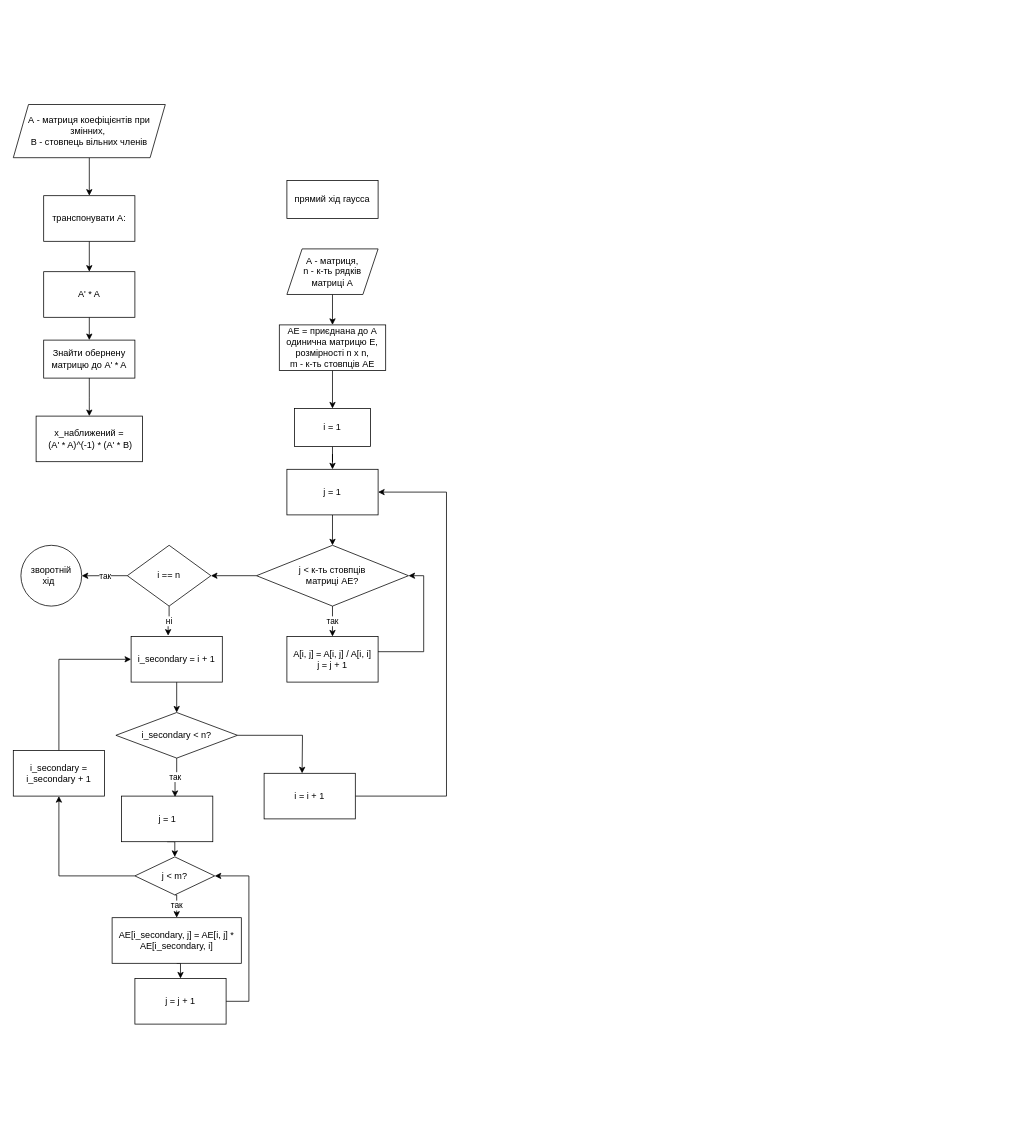
This is drawio/Untitled Diagram.drawio from AnnaBozhenko/UniversityProjects, a draw.io file, before an edit. Source tidied: cells renumbered, new cells numbered last; positions are measured from the earlier drawing's top-left corner, leaving out a move shared by most shapes. Both pictures are drawn from the tidied source at 76%, with x=0, y=0 at pixel (13, 104).
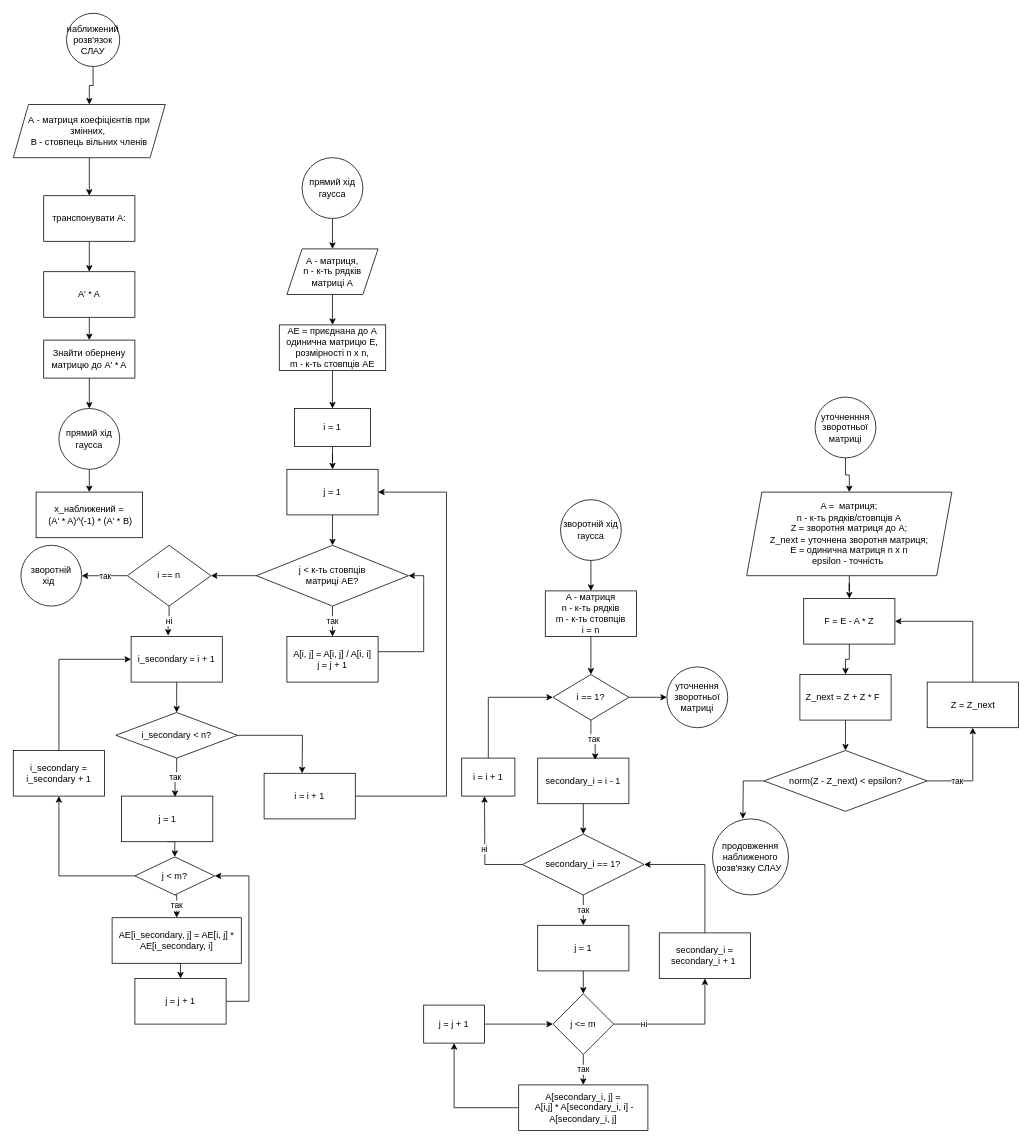
The same page after the edit.

The change refers to these unchanged cells:
```xml
<mxCell id="5" value="А - матриця коефіцієнтів при змінних,&amp;nbsp;&lt;br&gt;B - стовпець вільних членів" style="shape=parallelogram;perimeter=parallelogramPerimeter;whiteSpace=wrap;html=1;fixedSize=1;" parent="1" vertex="1">
  <mxGeometry width="200" height="70" as="geometry" />
</mxCell>
<mxCell id="8" value="Знайти обернену матрицю до A' * A" style="rounded=0;whiteSpace=wrap;html=1;" parent="1" vertex="1">
  <mxGeometry x="40" y="310" width="120" height="50" as="geometry" />
</mxCell>
<mxCell id="13" value="А - матриця,&lt;br&gt;n - к-ть рядків матриці А" style="shape=parallelogram;perimeter=parallelogramPerimeter;whiteSpace=wrap;html=1;fixedSize=1;" parent="1" vertex="1">
  <mxGeometry x="360" y="190" width="120" height="60" as="geometry" />
</mxCell>
```

What changed in the source:
```diff
@@
     <mxCell id="9" value="x_наближений =&lt;br&gt;&amp;nbsp;(A' * A)^(-1) * (A' * B)" style="rounded=0;whiteSpace=wrap;html=1;" parent="1" vertex="1">
-      <mxGeometry x="30" y="410" width="140" height="60" as="geometry" />
+      <mxGeometry x="30" y="510" width="140" height="60" as="geometry" />
     </mxCell>
-    <mxCell id="10" style="edgeStyle=orthogonalEdgeStyle;rounded=0;jettySize=auto;html=1;" parent="1" edge="1" source="8">
-      <mxGeometry relative="1" as="geometry">
-        <mxPoint x="100" y="410" as="targetPoint" />
-      </mxGeometry>
+    <mxCell id="10" style="edgeStyle=orthogonalEdgeStyle;rounded=0;jettySize=auto;html=1;entryX=0.5;entryY=0;entryDx=0;entryDy=0;" parent="1" edge="1" source="8" target="48">
+      <mxGeometry relative="1" as="geometry" />
     </mxCell>
-    <mxCell id="11" value="прямий хід гаусса" style="rounded=0;whiteSpace=wrap;html=1;" parent="1" vertex="1">
-      <mxGeometry x="360" y="100" width="120" height="50" as="geometry" />
-    </mxCell>
@@
+    <mxCell id="47" value="прямий хід гаусса" style="ellipse;whiteSpace=wrap;html=1;" parent="1" vertex="1">
+      <mxGeometry x="380" y="70" width="80" height="80" as="geometry" />
+    </mxCell>
+    <mxCell id="48" value="прямий хід гаусса" style="ellipse;whiteSpace=wrap;html=1;" parent="1" vertex="1">
+      <mxGeometry x="60" y="400" width="80" height="80" as="geometry" />
+    </mxCell>
+    <mxCell id="49" style="endArrow=classic;html=1;rounded=0;exitX=0.5;exitY=1;exitDx=0;exitDy=0;entryX=0.5;entryY=0;entryDx=0;entryDy=0;" parent="1" edge="1" source="48" target="9">
+      <mxGeometry relative="1" as="geometry" />
+    </mxCell>
+    <mxCell id="50" style="endArrow=classic;html=1;rounded=0;entryX=0.5;entryY=0;entryDx=0;entryDy=0;exitX=0.5;exitY=1;exitDx=0;exitDy=0;" parent="1" edge="1" source="47" target="13">
+      <mxGeometry relative="1" as="geometry" />
+    </mxCell>
+    <mxCell id="51" style="edgeStyle=orthogonalEdgeStyle;rounded=0;jettySize=auto;html=1;exitX=0.5;exitY=1;exitDx=0;exitDy=0;entryX=0.5;entryY=0;entryDx=0;entryDy=0;" parent="1" edge="1" source="52" target="54">
+      <mxGeometry relative="1" as="geometry" />
+    </mxCell>
+    <mxCell id="52" value="зворотній хід гаусса" style="ellipse;whiteSpace=wrap;html=1;" parent="1" vertex="1">
+      <mxGeometry x="720" y="520" width="80" height="80" as="geometry" />
+    </mxCell>
+    <mxCell id="53" style="edgeStyle=orthogonalEdgeStyle;rounded=0;jettySize=auto;html=1;exitX=0.5;exitY=1;exitDx=0;exitDy=0;entryX=0.5;entryY=0;entryDx=0;entryDy=0;" parent="1" edge="1" source="54" target="58">
+      <mxGeometry relative="1" as="geometry" />
+    </mxCell>
+    <mxCell id="54" value="A - матриця&lt;br&gt;n - к-ть рядків&lt;br&gt;m - к-ть стовпців&lt;br&gt;i = n" style="rounded=0;whiteSpace=wrap;html=1;" parent="1" vertex="1">
+      <mxGeometry x="700" y="640" width="120" height="60" as="geometry" />
+    </mxCell>
+    <mxCell id="55" style="edgeStyle=orthogonalEdgeStyle;rounded=0;jettySize=auto;html=1;exitX=0.5;exitY=1;exitDx=0;exitDy=0;entryX=0.5;entryY=0;entryDx=0;entryDy=0;" parent="1" edge="1" source="56" target="61">
+      <mxGeometry relative="1" as="geometry" />
+    </mxCell>
+    <mxCell id="56" value="secondary_i = i - 1" style="rounded=0;whiteSpace=wrap;html=1;" parent="1" vertex="1">
+      <mxGeometry x="690" y="860" width="120" height="60" as="geometry" />
+    </mxCell>
+    <mxCell id="57" style="edgeStyle=orthogonalEdgeStyle;rounded=0;jettySize=auto;html=1;exitX=1;exitY=0.5;exitDx=0;exitDy=0;" parent="1" edge="1" source="58">
+      <mxGeometry relative="1" as="geometry">
+        <mxPoint x="860" y="780" as="targetPoint" />
+      </mxGeometry>
+    </mxCell>
+    <mxCell id="58" value="i == 1?" style="rhombus;whiteSpace=wrap;html=1;" parent="1" vertex="1">
+      <mxGeometry x="710" y="750" width="100" height="60" as="geometry" />
+    </mxCell>
+    <mxCell id="59" value="так" style="edgeStyle=orthogonalEdgeStyle;rounded=0;jettySize=auto;html=1;exitX=0.5;exitY=1;exitDx=0;exitDy=0;entryX=0.5;entryY=0;entryDx=0;entryDy=0;" parent="1" edge="1" source="61" target="63">
+      <mxGeometry relative="1" as="geometry" />
+    </mxCell>
+    <mxCell id="60" value="ні" style="edgeStyle=orthogonalEdgeStyle;rounded=0;jettySize=auto;html=1;exitX=0;exitY=0.5;exitDx=0;exitDy=0;" parent="1" edge="1" source="61">
+      <mxGeometry relative="1" as="geometry">
+        <mxPoint x="620" y="910" as="targetPoint" />
+      </mxGeometry>
+    </mxCell>
+    <mxCell id="61" value="secondary_i == 1?" style="rhombus;whiteSpace=wrap;html=1;" parent="1" vertex="1">
+      <mxGeometry x="670" y="960" width="160" height="80" as="geometry" />
+    </mxCell>
+    <mxCell id="62" style="edgeStyle=orthogonalEdgeStyle;rounded=0;jettySize=auto;html=1;exitX=0.5;exitY=1;exitDx=0;exitDy=0;entryX=0.5;entryY=0;entryDx=0;entryDy=0;" parent="1" edge="1" source="63" target="66">
+      <mxGeometry relative="1" as="geometry" />
+    </mxCell>
+    <mxCell id="63" value="j = 1" style="rounded=0;whiteSpace=wrap;html=1;" parent="1" vertex="1">
+      <mxGeometry x="690" y="1080" width="120" height="60" as="geometry" />
+    </mxCell>
+    <mxCell id="64" value="так" style="edgeStyle=orthogonalEdgeStyle;rounded=0;jettySize=auto;html=1;" parent="1" edge="1" source="66" target="68">
+      <mxGeometry relative="1" as="geometry" />
+    </mxCell>
+    <mxCell id="65" value="ні" style="edgeStyle=orthogonalEdgeStyle;rounded=0;jettySize=auto;html=1;exitX=1;exitY=0.5;exitDx=0;exitDy=0;" parent="1" edge="1" source="66" target="72">
+      <mxGeometry x="-0.56" relative="1" as="geometry" />
+    </mxCell>
+    <mxCell id="66" value="j &amp;lt;= m" style="rhombus;whiteSpace=wrap;html=1;" parent="1" vertex="1">
+      <mxGeometry x="710" y="1170" width="80" height="80" as="geometry" />
+    </mxCell>
+    <mxCell id="67" style="edgeStyle=orthogonalEdgeStyle;rounded=0;jettySize=auto;html=1;exitX=0;exitY=0.5;exitDx=0;exitDy=0;entryX=0.5;entryY=1;entryDx=0;entryDy=0;" parent="1" edge="1" source="68" target="70">
+      <mxGeometry relative="1" as="geometry" />
+    </mxCell>
+    <mxCell id="68" value="A[secondary_i, j] =&lt;br&gt;&amp;nbsp;A[i,j] * A[secondary_i, i] - A[secondary_i, j]" style="rounded=0;whiteSpace=wrap;html=1;" parent="1" vertex="1">
+      <mxGeometry x="665" y="1290" width="170" height="60" as="geometry" />
+    </mxCell>
+    <mxCell id="69" style="edgeStyle=orthogonalEdgeStyle;rounded=0;jettySize=auto;html=1;entryX=0;entryY=0.5;entryDx=0;entryDy=0;" parent="1" edge="1" source="70" target="66">
+      <mxGeometry relative="1" as="geometry" />
+    </mxCell>
+    <mxCell id="70" value="j = j + 1" style="rounded=0;whiteSpace=wrap;html=1;" parent="1" vertex="1">
+      <mxGeometry x="540" y="1185" width="80" height="50" as="geometry" />
+    </mxCell>
+    <mxCell id="71" style="edgeStyle=orthogonalEdgeStyle;rounded=0;jettySize=auto;html=1;exitX=0.5;exitY=0;exitDx=0;exitDy=0;entryX=1;entryY=0.5;entryDx=0;entryDy=0;" parent="1" edge="1" source="72" target="61">
+      <mxGeometry relative="1" as="geometry" />
+    </mxCell>
+    <mxCell id="72" value="secondary_i = secondary_i + 1&amp;nbsp;" style="rounded=0;whiteSpace=wrap;html=1;" parent="1" vertex="1">
+      <mxGeometry x="850" y="1090" width="120" height="60" as="geometry" />
+    </mxCell>
+    <mxCell id="73" style="edgeStyle=orthogonalEdgeStyle;rounded=0;jettySize=auto;html=1;exitX=0.5;exitY=0;exitDx=0;exitDy=0;entryX=0;entryY=0.5;entryDx=0;entryDy=0;" parent="1" edge="1" source="74" target="58">
+      <mxGeometry relative="1" as="geometry" />
+    </mxCell>
+    <mxCell id="74" value="i = i + 1" style="rounded=0;whiteSpace=wrap;html=1;" parent="1" vertex="1">
+      <mxGeometry x="590" y="860" width="70" height="50" as="geometry" />
+    </mxCell>
+    <mxCell id="75" value="так" style="edgeStyle=orthogonalEdgeStyle;rounded=0;jettySize=auto;html=1;exitX=0.5;exitY=1;exitDx=0;exitDy=0;entryX=0.63;entryY=0.04;entryDx=0;entryDy=0;entryPerimeter=0;" parent="1" edge="1" source="58" target="56">
+      <mxGeometry relative="1" as="geometry" />
+    </mxCell>
+    <mxCell id="76" value="уточнення зворотньої матриці" style="ellipse;whiteSpace=wrap;html=1;" parent="1" vertex="1">
+      <mxGeometry x="860" y="740" width="80" height="80" as="geometry" />
+    </mxCell>
+    <mxCell id="77" style="edgeStyle=orthogonalEdgeStyle;rounded=0;jettySize=auto;html=1;exitX=0.5;exitY=1;exitDx=0;exitDy=0;" parent="1" edge="1" source="78" target="89">
+      <mxGeometry relative="1" as="geometry" />
+    </mxCell>
+    <mxCell id="78" value="уточненння зворотньої матриці" style="ellipse;whiteSpace=wrap;html=1;" parent="1" vertex="1">
+      <mxGeometry x="1055" y="385" width="80" height="80" as="geometry" />
+    </mxCell>
+    <mxCell id="79" style="edgeStyle=orthogonalEdgeStyle;rounded=0;jettySize=auto;html=1;exitX=0.5;exitY=1;exitDx=0;exitDy=0;entryX=0.5;entryY=0;entryDx=0;entryDy=0;" parent="1" edge="1" source="80" target="82">
+      <mxGeometry relative="1" as="geometry" />
+    </mxCell>
+    <mxCell id="80" value="F = E - A * Z" style="rounded=0;whiteSpace=wrap;html=1;" parent="1" vertex="1">
+      <mxGeometry x="1040" y="650" width="120" height="60" as="geometry" />
+    </mxCell>
+    <mxCell id="81" style="edgeStyle=orthogonalEdgeStyle;rounded=0;jettySize=auto;html=1;exitX=0.5;exitY=1;exitDx=0;exitDy=0;entryX=0.5;entryY=0;entryDx=0;entryDy=0;" parent="1" edge="1" source="82" target="85">
+      <mxGeometry relative="1" as="geometry" />
+    </mxCell>
+    <mxCell id="82" value="Z_next = Z + Z * F&amp;nbsp;&amp;nbsp;" style="rounded=0;whiteSpace=wrap;html=1;" parent="1" vertex="1">
+      <mxGeometry x="1035" y="750" width="120" height="60" as="geometry" />
+    </mxCell>
+    <mxCell id="83" value="так" style="edgeStyle=orthogonalEdgeStyle;rounded=0;jettySize=auto;html=1;exitX=1;exitY=0.5;exitDx=0;exitDy=0;entryX=0.5;entryY=1;entryDx=0;entryDy=0;" parent="1" edge="1" source="85" target="87">
+      <mxGeometry x="-0.42" relative="1" as="geometry">
+        <mxPoint x="1" as="offset" />
+      </mxGeometry>
+    </mxCell>
+    <mxCell id="84" style="edgeStyle=orthogonalEdgeStyle;rounded=0;jettySize=auto;html=1;exitX=0;exitY=0.5;exitDx=0;exitDy=0;" parent="1" edge="1" source="85">
+      <mxGeometry relative="1" as="geometry">
+        <mxPoint x="960" y="940" as="targetPoint" />
+      </mxGeometry>
+    </mxCell>
+    <mxCell id="85" value="norm(Z - Z_next) &amp;lt; epsilon?" style="rhombus;whiteSpace=wrap;html=1;" parent="1" vertex="1">
+      <mxGeometry x="987.5" y="850" width="215" height="80" as="geometry" />
+    </mxCell>
+    <mxCell id="86" style="edgeStyle=orthogonalEdgeStyle;rounded=0;jettySize=auto;html=1;exitX=0.5;exitY=0;exitDx=0;exitDy=0;entryX=1;entryY=0.5;entryDx=0;entryDy=0;" parent="1" edge="1" source="87" target="80">
+      <mxGeometry relative="1" as="geometry" />
+    </mxCell>
+    <mxCell id="87" value="Z = Z_next" style="rounded=0;whiteSpace=wrap;html=1;" parent="1" vertex="1">
+      <mxGeometry x="1202.5" y="760" width="120" height="60" as="geometry" />
+    </mxCell>
+    <mxCell id="88" style="edgeStyle=orthogonalEdgeStyle;rounded=0;jettySize=auto;html=1;exitX=0.5;exitY=1;exitDx=0;exitDy=0;" parent="1" edge="1" source="89" target="80">
+      <mxGeometry relative="1" as="geometry" />
+    </mxCell>
+    <mxCell id="89" value="A =&amp;nbsp; матриця;&lt;br style=&quot;border-color: var(--border-color);&quot;&gt;n - к-ть рядків/стовпців А&lt;br style=&quot;border-color: var(--border-color);&quot;&gt;Z = зворотня матриця до А;&lt;br style=&quot;border-color: var(--border-color);&quot;&gt;Z_next = уточнена зворотня матриця;&lt;br style=&quot;border-color: var(--border-color);&quot;&gt;E = одинична матриця n x n&lt;br style=&quot;border-color: var(--border-color);&quot;&gt;epsilon - точність&amp;nbsp;" style="shape=parallelogram;perimeter=parallelogramPerimeter;whiteSpace=wrap;html=1;fixedSize=1;" parent="1" vertex="1">
+      <mxGeometry x="965" y="510" width="270" height="110" as="geometry" />
+    </mxCell>
+    <mxCell id="90" value="продовження наближеного розв'язку СЛАУ&amp;nbsp;" style="ellipse;whiteSpace=wrap;html=1;" parent="1" vertex="1">
+      <mxGeometry x="920" y="940" width="100" height="100" as="geometry" />
+    </mxCell>
+    <mxCell id="91" style="edgeStyle=orthogonalEdgeStyle;rounded=0;jettySize=auto;html=1;entryX=0.5;entryY=0;entryDx=0;entryDy=0;" parent="1" edge="1" source="92" target="5">
+      <mxGeometry relative="1" as="geometry" />
+    </mxCell>
+    <mxCell id="92" value="наближений розв'язок СЛАУ" style="ellipse;whiteSpace=wrap;html=1;" parent="1" vertex="1">
+      <mxGeometry x="70" y="-120" width="70" height="70" as="geometry" />
+    </mxCell>
```
